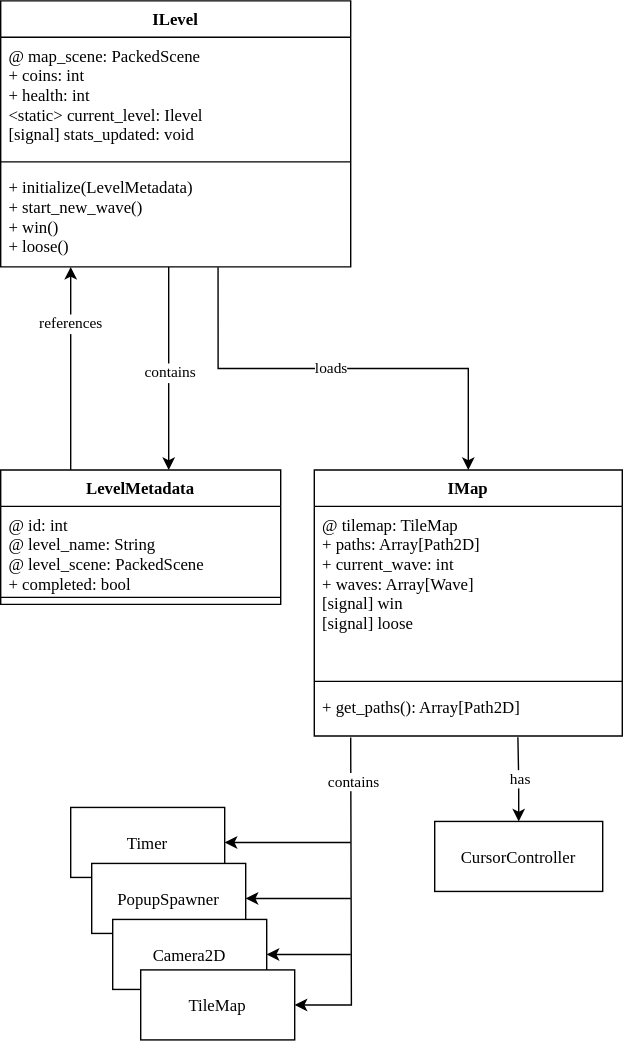
Before: static/models/level.drawio.svg, a diagram exported from draw.io (Cat-aclsym/documentation). Source tidied: cells renumbered, new cells last; positions are measured from the earlier drawing's top-left corner, leaving out a move shared by most shapes.
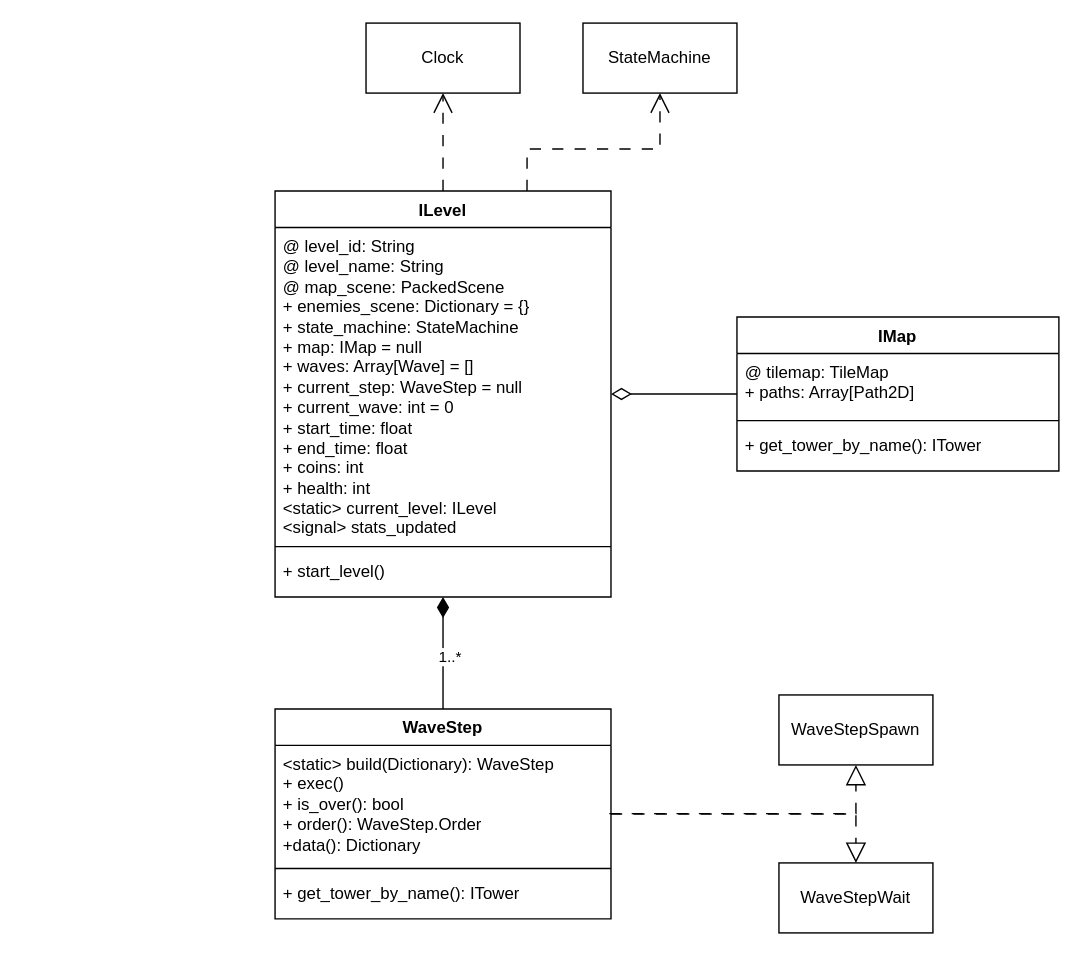
Above is the later version.

Commit message:
update level model

What changed in the source:
```diff
@@ -1,116 +1,94 @@
 <mxGraphModel>
   <root>
-    <mxCell id="0" />
-    <mxCell id="1" parent="0" />
+    <mxCell id="31" />
+    <mxCell id="32" parent="31" />
+    <mxCell id="33" style="edgeStyle=orthogonalEdgeStyle;rounded=0;jettySize=auto;html=1;startArrow=diamondThin;startFill=0;endArrow=none;targetPerimeterSpacing=0;sourcePerimeterSpacing=0;startSize=12;" parent="32" edge="1" source="18" target="2">
+      <mxGeometry relative="1" as="geometry" />
+    </mxCell>
+    <mxCell id="34" style="edgeStyle=orthogonalEdgeStyle;rounded=0;jettySize=auto;html=1;dashed=1;dashPattern=8 8;endArrow=open;endFill=0;endSize=12;exitX=0.75;exitY=0;exitDx=0;exitDy=0;" parent="32" edge="1" source="18" target="42">
+      <mxGeometry relative="1" as="geometry">
+        <Array as="points">
+          <mxPoint x="150" y="240" />
+          <mxPoint x="245" y="240" />
+        </Array>
+      </mxGeometry>
+    </mxCell>
+    <mxCell id="35" style="edgeStyle=orthogonalEdgeStyle;rounded=0;jettySize=auto;html=1;endArrow=open;endFill=0;dashed=1;dashPattern=8 8;startSize=12;endSize=12;" parent="32" edge="1" source="18" target="53">
+      <mxGeometry relative="1" as="geometry" />
+    </mxCell>
+    <mxCell id="18" value="ILevel" style="swimlane;fontStyle=1;align=center;verticalAlign=top;horizontal=1;startSize=26;whiteSpace=wrap;html=1;" parent="32" vertex="1">
+      <mxGeometry x="-30" y="270" width="240" height="290" as="geometry" />
+    </mxCell>
+    <mxCell id="36" value="&lt;div&gt;@ level_id: String&lt;/div&gt;&lt;div&gt;@ level_name: String&lt;/div&gt;&lt;div&gt;@ map_scene: PackedScene&lt;/div&gt;+ enemies_scene: Dictionary = {}&lt;br&gt;+ state_machine: StateMachine&lt;br&gt;+ map: IMap = null&lt;br&gt;+ waves: Array[Wave] = []&lt;br&gt;+ current_step: WaveStep = null&lt;br&gt;+ current_wave: int = 0&lt;br&gt;+ start_time: float&lt;br&gt;&lt;div&gt;+ end_time: float&lt;/div&gt;&lt;div&gt;+ coins: int&lt;/div&gt;&lt;div&gt;+ health: int&lt;/div&gt;&lt;div&gt;&amp;lt;static&amp;gt; current_level: ILevel&lt;/div&gt;&lt;div&gt;&amp;lt;signal&amp;gt; stats_updated&lt;/div&gt;" style="text;strokeColor=none;fillColor=none;align=left;verticalAlign=top;spacingLeft=4;spacingRight=4;overflow=hidden;whiteSpace=wrap;html=1;" parent="18" vertex="1">
+      <mxGeometry y="26" width="240" height="224" as="geometry" />
+    </mxCell>
+    <mxCell id="37" style="line;strokeWidth=1;fillColor=none;align=left;verticalAlign=middle;spacingTop=-1;spacingLeft=3;spacingRight=3;labelPosition=right;strokeColor=inherit;" parent="18" vertex="1">
+      <mxGeometry y="250" width="240" height="8" as="geometry" />
+    </mxCell>
+    <mxCell id="38" value="&lt;div&gt;+ start_level()&lt;/div&gt;" style="text;strokeColor=none;fillColor=none;align=left;verticalAlign=top;spacingLeft=4;spacingRight=4;overflow=hidden;whiteSpace=wrap;html=1;" parent="18" vertex="1">
+      <mxGeometry y="258" width="240" height="32" as="geometry" />
+    </mxCell>
-    <mxCell id="2" value="IMap" style="swimlane;fontStyle=1;align=center;verticalAlign=top;horizontal=1;startSize=26;fontFamily= IBM Plex Mono ;labelBackgroundColor=default;fontColor=default;textShadow=0;labelBorderColor=none;rounded=0;" parent="1" vertex="1">
-      <mxGeometry x="224" y="335.1" width="220" height="190" as="geometry" />
+    <mxCell id="2" value="IMap" style="swimlane;fontStyle=1;align=center;verticalAlign=top;horizontal=1;startSize=26;whiteSpace=wrap;html=1;" parent="32" vertex="1">
+      <mxGeometry x="300" y="360" width="230" height="110" as="geometry" />
     </mxCell>
-    <mxCell id="3" value="@ tilemap: TileMap&#10;+ paths: Array[Path2D]&#10;+ current_wave: int&#10;+ waves: Array[Wave]&#10;[signal] win&#10;[signal] loose&#10;" style="text;align=left;verticalAlign=top;spacingLeft=4;spacingRight=4;overflow=hidden;fillColor=none;strokeColor=none;fontFamily= IBM Plex Mono ;labelBackgroundColor=default;fontColor=default;textShadow=0;labelBorderColor=none;rounded=0;" parent="2" vertex="1">
-      <mxGeometry y="26" width="220" height="120" as="geometry" />
-    </mxCell>
-    <mxCell id="4" style="line;strokeWidth=1;fillColor=none;align=left;verticalAlign=middle;spacingTop=-1;spacingLeft=3;spacingRight=3;labelPosition=right;strokeColor=default;fontFamily= IBM Plex Mono ;labelBackgroundColor=default;fontColor=default;textShadow=0;labelBorderColor=none;rounded=0;" parent="2" vertex="1">
-      <mxGeometry y="146" width="220" height="10" as="geometry" />
-    </mxCell>
-    <mxCell id="5" value="+ get_paths(): Array[Path2D]&#10;" style="text;strokeColor=none;fillColor=none;align=left;verticalAlign=top;spacingLeft=4;spacingRight=4;overflow=hidden;points=[[0,0.5],[1,0.5]];portConstraint=eastwest;fontFamily= IBM Plex Mono ;labelBackgroundColor=default;fontColor=default;textShadow=0;labelBorderColor=none;rounded=0;" parent="2" vertex="1">
-      <mxGeometry y="156" width="220" height="34" as="geometry" />
-    </mxCell>
-    <mxCell id="6" style="edgeStyle=orthogonalEdgeStyle;jettySize=auto;html=1;endArrow=none;endFill=0;startArrow=classic;startFill=1;fontFamily= IBM Plex Mono ;" parent="1" edge="1" source="7">
-      <mxGeometry relative="1" as="geometry">
-        <mxPoint x="250" y="601.1" as="targetPoint" />
-      </mxGeometry>
-    </mxCell>
-    <mxCell id="7" value="Timer" style="fontFamily= IBM Plex Mono ;labelBackgroundColor=default;fontColor=default;textShadow=0;labelBorderColor=none;rounded=0;" parent="1" vertex="1">
-      <mxGeometry x="50" y="576.1" width="110" height="50" as="geometry" />
-    </mxCell>
-    <mxCell id="8" style="edgeStyle=orthogonalEdgeStyle;jettySize=auto;html=1;endArrow=none;endFill=0;startArrow=classic;startFill=1;fontFamily= IBM Plex Mono ;" parent="1" edge="1" source="9">
-      <mxGeometry relative="1" as="geometry">
-        <mxPoint x="250" y="641.1" as="targetPoint" />
-      </mxGeometry>
-    </mxCell>
-    <mxCell id="9" value="PopupSpawner" style="fontFamily= IBM Plex Mono ;labelBackgroundColor=default;fontColor=default;textShadow=0;labelBorderColor=none;rounded=0;" parent="1" vertex="1">
-      <mxGeometry x="65" y="616.1" width="110" height="50" as="geometry" />
-    </mxCell>
-    <mxCell id="10" style="edgeStyle=orthogonalEdgeStyle;jettySize=auto;html=1;endArrow=none;endFill=0;startArrow=classic;startFill=1;fontFamily= IBM Plex Mono ;" parent="1" edge="1" source="11">
-      <mxGeometry relative="1" as="geometry">
-        <mxPoint x="250" y="681.1" as="targetPoint" />
-      </mxGeometry>
-    </mxCell>
-    <mxCell id="11" value="Camera2D" style="fontFamily= IBM Plex Mono ;labelBackgroundColor=default;fontColor=default;textShadow=0;labelBorderColor=none;rounded=0;" parent="1" vertex="1">
-      <mxGeometry x="80" y="656.1" width="110" height="50" as="geometry" />
-    </mxCell>
-    <mxCell id="12" style="edgeStyle=orthogonalEdgeStyle;jettySize=auto;html=1;rounded=0;curved=0;endArrow=none;endFill=0;startArrow=classic;startFill=1;fontFamily= IBM Plex Mono ;" parent="1" edge="1" source="14">
-      <mxGeometry relative="1" as="geometry">
-        <mxPoint x="250" y="526.1" as="targetPoint" />
-      </mxGeometry>
-    </mxCell>
-    <mxCell id="13" value="contains" style="edgeLabel;html=1;align=center;verticalAlign=middle;fontFamily= IBM Plex Mono ;" parent="12" vertex="1">
-      <mxGeometry x="0.73" y="-1" relative="1" as="geometry" />
-    </mxCell>
-    <mxCell id="14" value="TileMap" style="fontFamily= IBM Plex Mono ;labelBackgroundColor=default;fontColor=default;textShadow=0;labelBorderColor=none;rounded=0;" parent="1" vertex="1">
-      <mxGeometry x="100" y="692.1" width="110" height="50" as="geometry" />
-    </mxCell>
-    <mxCell id="15" style="edgeStyle=orthogonalEdgeStyle;jettySize=auto;html=1;endArrow=none;endFill=0;startArrow=classic;startFill=1;entryX=0.661;entryY=1.029;entryDx=0;entryDy=0;entryPerimeter=0;fontFamily= IBM Plex Mono ;" parent="1" edge="1" source="17" target="5">
-      <mxGeometry relative="1" as="geometry" />
-    </mxCell>
-    <mxCell id="16" value="has" style="edgeLabel;html=1;align=center;verticalAlign=middle;fontFamily= IBM Plex Mono ;" parent="15" vertex="1">
-      <mxGeometry x="0.04" y="-1" relative="1" as="geometry" />
-    </mxCell>
-    <mxCell id="17" value="CursorController" style="fontFamily= IBM Plex Mono ;labelBackgroundColor=default;fontColor=default;textShadow=0;labelBorderColor=none;rounded=0;" parent="1" vertex="1">
-      <mxGeometry x="310" y="586.1" width="120" height="50" as="geometry" />
-    </mxCell>
-    <mxCell id="18" value="ILevel" style="swimlane;fontStyle=1;align=center;verticalAlign=top;horizontal=1;startSize=26;fontFamily= IBM Plex Mono ;labelBackgroundColor=default;fontColor=default;textShadow=0;labelBorderColor=none;rounded=0;" parent="1" vertex="1">
-      <mxGeometry width="250" height="190" as="geometry" />
-    </mxCell>
-    <mxCell id="19" value="@ map_scene: PackedScene&#10;+ coins: int&#10;+ health: int&#10;&lt;static&gt; current_level: Ilevel&#10;[signal] stats_updated: void&#10;" style="text;align=left;verticalAlign=top;spacingLeft=4;spacingRight=4;overflow=hidden;fillColor=none;strokeColor=none;fontFamily= IBM Plex Mono ;labelBackgroundColor=default;fontColor=default;textShadow=0;labelBorderColor=none;rounded=0;" parent="18" vertex="1">
-      <mxGeometry y="26" width="250" height="84" as="geometry" />
-    </mxCell>
-    <mxCell id="20" style="line;strokeWidth=1;fillColor=none;align=left;verticalAlign=middle;spacingTop=-1;spacingLeft=3;spacingRight=3;labelPosition=right;strokeColor=default;fontFamily= IBM Plex Mono ;labelBackgroundColor=default;fontColor=default;textShadow=0;labelBorderColor=none;rounded=0;" parent="18" vertex="1">
-      <mxGeometry y="110" width="250" height="10" as="geometry" />
-    </mxCell>
-    <mxCell id="21" value="+ initialize(LevelMetadata)&#10;+ start_new_wave()&#10;+ win()&#10;+ loose()" style="text;strokeColor=none;fillColor=none;align=left;verticalAlign=top;spacingLeft=4;spacingRight=4;overflow=hidden;points=[[0,0.5],[1,0.5]];portConstraint=eastwest;fontFamily= IBM Plex Mono ;labelBackgroundColor=default;fontColor=default;textShadow=0;labelBorderColor=none;rounded=0;" parent="18" vertex="1">
-      <mxGeometry y="120" width="250" height="70" as="geometry" />
-    </mxCell>
-    <mxCell id="22" style="edgeStyle=orthogonalEdgeStyle;rounded=0;jettySize=auto;exitX=0.25;exitY=0;exitDx=0;exitDy=0;fontFamily= IBM Plex Mono ;labelBackgroundColor=default;fontColor=default;textShadow=0;labelBorderColor=none;" parent="1" edge="1" source="24">
-      <mxGeometry relative="1" as="geometry">
-        <mxPoint x="50" y="190" as="targetPoint" />
-        <Array as="points">
-          <mxPoint x="50" y="230" />
-          <mxPoint x="50" y="230" />
-        </Array>
-      </mxGeometry>
-    </mxCell>
-    <mxCell id="23" value="references" style="edgeLabel;align=center;verticalAlign=middle;fontFamily= IBM Plex Mono ;labelBackgroundColor=default;fontColor=default;textShadow=0;labelBorderColor=none;rounded=0;" parent="22" vertex="1">
-      <mxGeometry relative="1" as="geometry">
-        <mxPoint y="-33" as="offset" />
-      </mxGeometry>
-    </mxCell>
-    <mxCell id="24" value="LevelMetadata" style="swimlane;fontStyle=1;align=center;verticalAlign=top;horizontal=1;startSize=26;fontFamily= IBM Plex Mono ;labelBackgroundColor=default;fontColor=default;textShadow=0;labelBorderColor=none;rounded=0;" parent="1" vertex="1">
-      <mxGeometry y="335.1" width="200" height="96" as="geometry" />
-    </mxCell>
-    <mxCell id="25" value="@ id: int&#10;@ level_name: String&#10;@ level_scene: PackedScene&#10;+ completed: bool&#10;" style="text;align=left;verticalAlign=top;spacingLeft=4;spacingRight=4;overflow=hidden;fillColor=none;strokeColor=none;fontFamily= IBM Plex Mono ;labelBackgroundColor=default;fontColor=default;textShadow=0;labelBorderColor=none;rounded=0;" parent="24" vertex="1">
-      <mxGeometry y="26" width="200" height="60" as="geometry" />
-    </mxCell>
-    <mxCell id="26" style="line;strokeWidth=1;fillColor=none;align=left;verticalAlign=middle;spacingTop=-1;spacingLeft=3;spacingRight=3;labelPosition=right;strokeColor=default;fontFamily= IBM Plex Mono ;labelBackgroundColor=default;fontColor=default;textShadow=0;labelBorderColor=none;rounded=0;" parent="24" vertex="1">
-      <mxGeometry y="86" width="200" height="10" as="geometry" />
-    </mxCell>
-    <mxCell id="27" style="edgeStyle=orthogonalEdgeStyle;rounded=0;jettySize=auto;startArrow=classic;startFill=1;endArrow=none;endFill=0;fontFamily= IBM Plex Mono ;labelBackgroundColor=default;fontColor=default;textShadow=0;labelBorderColor=none;" parent="1" edge="1" source="24">
-      <mxGeometry relative="1" as="geometry">
-        <mxPoint x="120" y="190" as="targetPoint" />
-        <Array as="points">
-          <mxPoint x="120" y="190" />
-        </Array>
-      </mxGeometry>
-    </mxCell>
-    <mxCell id="28" value="contains" style="edgeLabel;align=center;verticalAlign=middle;fontFamily= IBM Plex Mono ;labelBackgroundColor=default;fontColor=default;textShadow=0;labelBorderColor=none;rounded=0;" parent="27" vertex="1">
-      <mxGeometry relative="1" as="geometry">
-        <mxPoint x="1" y="2" as="offset" />
-      </mxGeometry>
-    </mxCell>
-    <mxCell id="29" style="edgeStyle=orthogonalEdgeStyle;jettySize=auto;html=1;entryX=0.621;entryY=1.003;entryDx=0;entryDy=0;entryPerimeter=0;rounded=0;curved=0;startArrow=classic;startFill=1;endArrow=none;endFill=0;fontFamily= IBM Plex Mono ;exitX=0.5;exitY=0;exitDx=0;exitDy=0;" parent="1" edge="1" source="2" target="21">
-      <mxGeometry relative="1" as="geometry" />
-    </mxCell>
-    <mxCell id="30" value="loads" style="edgeLabel;html=1;align=center;verticalAlign=middle;fontFamily= IBM Plex Mono ;" parent="29" vertex="1">
-      <mxGeometry x="0.06" y="-1" relative="1" as="geometry" />
-    </mxCell>
+    <mxCell id="39" value="&lt;div&gt;@ tilemap: TileMap&lt;/div&gt;&lt;div&gt;+ paths: Array[Path2D]&lt;/div&gt;" style="text;strokeColor=none;fillColor=none;align=left;verticalAlign=top;spacingLeft=4;spacingRight=4;overflow=hidden;whiteSpace=wrap;html=1;" parent="2" vertex="1">
+      <mxGeometry y="26" width="230" height="44" as="geometry" />
+    </mxCell>
+    <mxCell id="40" style="line;strokeWidth=1;fillColor=none;align=left;verticalAlign=middle;spacingTop=-1;spacingLeft=3;spacingRight=3;labelPosition=right;strokeColor=inherit;" parent="2" vertex="1">
+      <mxGeometry y="70" width="230" height="8" as="geometry" />
+    </mxCell>
+    <mxCell id="41" value="+ get_tower_by_name(): ITower" style="text;strokeColor=none;fillColor=none;align=left;verticalAlign=top;spacingLeft=4;spacingRight=4;overflow=hidden;whiteSpace=wrap;html=1;" parent="2" vertex="1">
+      <mxGeometry y="78" width="230" height="32" as="geometry" />
+    </mxCell>
+    <mxCell id="42" value="StateMachine" style="html=1;whiteSpace=wrap;" parent="32" vertex="1">
+      <mxGeometry x="190" y="150" width="110" height="50" as="geometry" />
+    </mxCell>
+    <mxCell id="43" style="edgeStyle=orthogonalEdgeStyle;rounded=0;jettySize=auto;html=1;dashed=1;dashPattern=8 8;endArrow=block;endFill=0;startSize=12;endSize=12;" parent="32" edge="1" source="46" target="51">
+      <mxGeometry relative="1" as="geometry">
+        <Array as="points">
+          <mxPoint x="385" y="715" />
+        </Array>
+      </mxGeometry>
+    </mxCell>
+    <mxCell id="44" style="edgeStyle=orthogonalEdgeStyle;rounded=0;jettySize=auto;html=1;endArrow=diamondThin;endFill=1;endSize=12;startSize=12;" parent="32" edge="1" source="46" target="18">
+      <mxGeometry relative="1" as="geometry" />
+    </mxCell>
+    <mxCell id="45" value="1..*" style="edgeLabel;html=1;align=center;verticalAlign=middle;" parent="44" vertex="1">
+      <mxGeometry x="-0.05" y="-4" relative="1" as="geometry" />
+    </mxCell>
+    <mxCell id="46" value="WaveStep" style="swimlane;fontStyle=1;align=center;verticalAlign=top;horizontal=1;startSize=26;whiteSpace=wrap;html=1;" parent="32" vertex="1">
+      <mxGeometry x="-30" y="640" width="240" height="150" as="geometry" />
+    </mxCell>
+    <mxCell id="47" value="&lt;div&gt;&amp;lt;static&amp;gt; build(Dictionary): WaveStep&lt;/div&gt;&lt;div&gt;+ exec()&lt;/div&gt;&lt;div&gt;+ is_over(): bool&lt;/div&gt;&lt;div&gt;+ order(): WaveStep.Order&lt;br&gt;+data(): Dictionary&lt;/div&gt;&lt;div&gt;&lt;br&gt;&lt;/div&gt;" style="text;strokeColor=none;fillColor=none;align=left;verticalAlign=top;spacingLeft=4;spacingRight=4;overflow=hidden;points=[[0,0.5],[1,0.5]];portConstraint=eastwest;whiteSpace=wrap;html=1;" parent="46" vertex="1">
+      <mxGeometry y="26" width="240" height="84" as="geometry" />
+    </mxCell>
+    <mxCell id="48" style="line;strokeWidth=1;fillColor=none;align=left;verticalAlign=middle;spacingTop=-1;spacingLeft=3;spacingRight=3;labelPosition=right;strokeColor=inherit;" parent="46" vertex="1">
+      <mxGeometry y="110" width="240" height="8" as="geometry" />
+    </mxCell>
+    <mxCell id="49" value="+ get_tower_by_name(): ITower" style="text;strokeColor=none;fillColor=none;align=left;verticalAlign=top;spacingLeft=4;spacingRight=4;overflow=hidden;whiteSpace=wrap;html=1;" parent="46" vertex="1">
+      <mxGeometry y="118" width="240" height="32" as="geometry" />
+    </mxCell>
+    <mxCell id="50" value="WaveStepSpawn" style="html=1;whiteSpace=wrap;" parent="32" vertex="1">
+      <mxGeometry x="330" y="630" width="110" height="50" as="geometry" />
+    </mxCell>
+    <mxCell id="51" value="WaveStepWait" style="html=1;whiteSpace=wrap;" parent="32" vertex="1">
+      <mxGeometry x="330" y="750" width="110" height="50" as="geometry" />
+    </mxCell>
+    <mxCell id="52" style="edgeStyle=orthogonalEdgeStyle;rounded=0;jettySize=auto;html=1;dashed=1;dashPattern=8 8;endArrow=block;endFill=0;startSize=12;endSize=12;exitX=0.995;exitY=0.581;exitDx=0;exitDy=0;exitPerimeter=0;" parent="32" edge="1" source="47" target="50">
+      <mxGeometry relative="1" as="geometry">
+        <Array as="points">
+          <mxPoint x="385" y="715" />
+        </Array>
+      </mxGeometry>
+    </mxCell>
+    <mxCell id="53" value="Clock" style="html=1;whiteSpace=wrap;" parent="32" vertex="1">
+      <mxGeometry x="35" y="150" width="110" height="50" as="geometry" />
+    </mxCell>
+    <mxCell id="54" value="&amp;nbsp;" style="text;whiteSpace=wrap;html=1;" parent="32" vertex="1">
+      <mxGeometry x="70" y="310" width="40" height="40" as="geometry" />
+    </mxCell>
+    <mxCell id="55" value="&amp;nbsp;" style="text;whiteSpace=wrap;html=1;" parent="32" vertex="1">
+      <mxGeometry x="-210" y="380" width="40" height="40" as="geometry" />
+    </mxCell>
   </root>
 </mxGraphModel>
```
